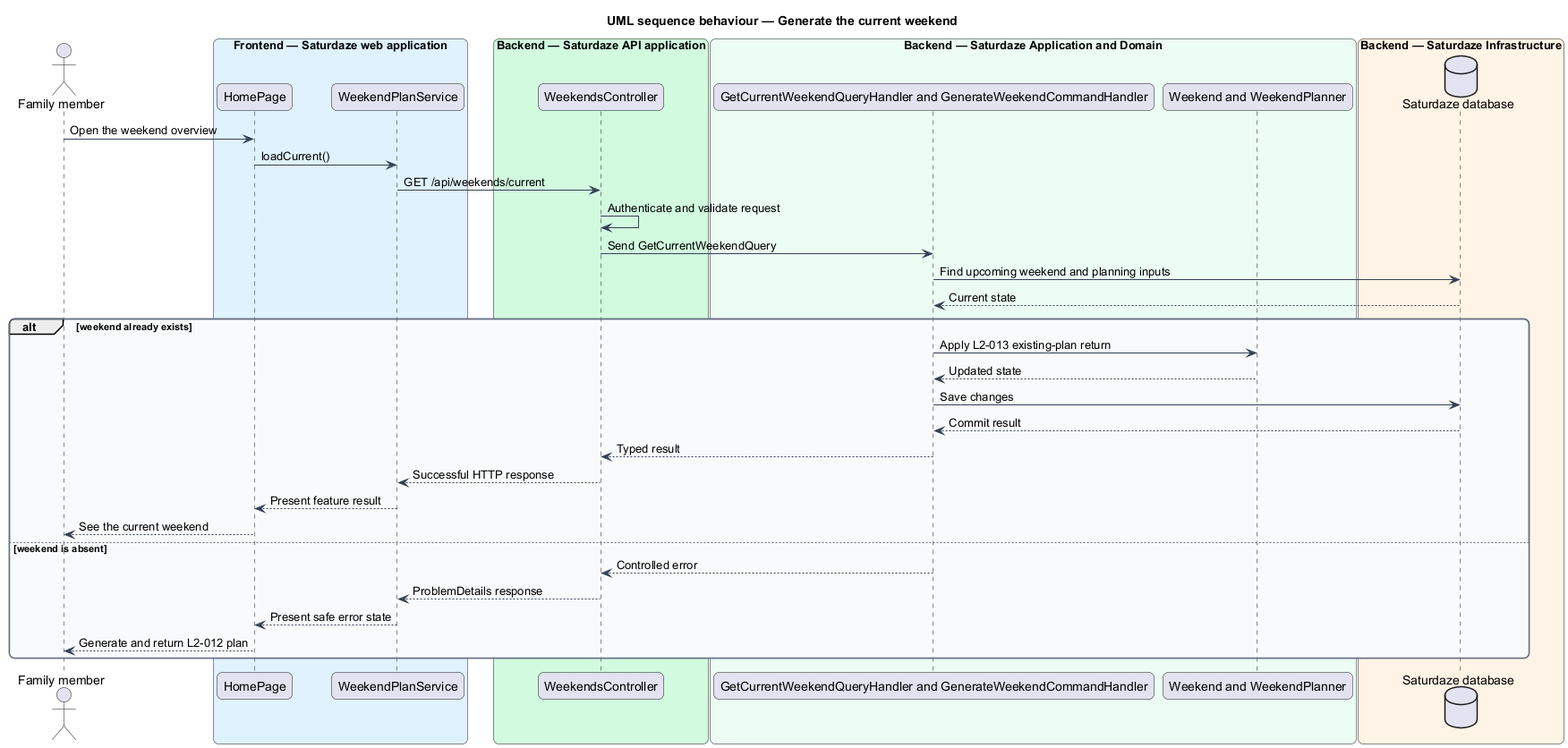
The PlantUML diagram docs/detailed-designs/weekend-planning/generate-current-weekend/diagrams/sequence-generate.png in QuinntyneBrown/saturdaze, before a commit. Source of this version:
```plantuml
@startuml
title UML sequence behaviour — Generate the current weekend
skinparam backgroundColor #FFFFFF
skinparam shadowing false
skinparam roundcorner 12
skinparam defaultFontName Arial
skinparam ArrowColor #344054
skinparam rectangle {
  BorderColor #344054
  FontColor #101828
}
skinparam package {
  BorderColor #667085
  FontColor #101828
  BackgroundColor #F9FAFB
}
actor "Family member" as actor
box "Frontend — Saturdaze web application" #E0F2FE
  participant "HomePage" as page
  participant "WeekendPlanService" as client
end box
box "Backend — Saturdaze API application" #D1FADF
  participant "WeekendsController" as controller
end box
box "Backend — Saturdaze Application and Domain" #ECFDF3
  participant "GetCurrentWeekendQueryHandler and GenerateWeekendCommandHandler" as handler
  participant "Weekend and WeekendPlanner" as entity
end box
box "Backend — Saturdaze Infrastructure" #FFF4E5
  database "Saturdaze database" as db
end box
actor -> page : Open the weekend overview
page -> client : loadCurrent()
client -> controller : GET /api/weekends/current
controller -> controller : Authenticate and validate request
controller -> handler : Send GetCurrentWeekendQuery
handler -> db : Find upcoming weekend and planning inputs
db --> handler : Current state
alt weekend already exists
  handler -> entity : Apply L2-013 existing-plan return
  entity --> handler : Updated state
  handler -> db : Save changes
  db --> handler : Commit result
  handler --> controller : Typed result
  controller --> client : Successful HTTP response
  client --> page : Present feature result
  page --> actor : See the current weekend
else weekend is absent
  handler --> controller : Controlled error
  controller --> client : ProblemDetails response
  client --> page : Present safe error state
  page --> actor : Generate and return L2-012 plan
end
@enduml
```
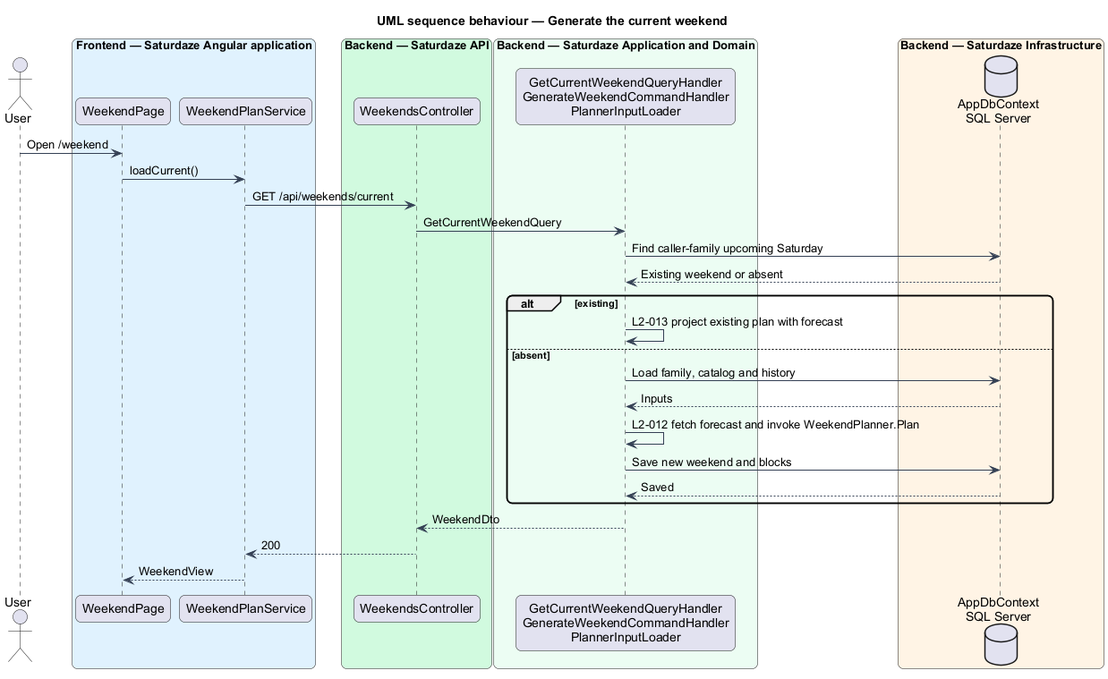
Later version of the same file.

What changed in the source:
```diff
@@ -5,50 +5,36 @@
 skinparam roundcorner 12
 skinparam defaultFontName Arial
 skinparam ArrowColor #344054
-skinparam rectangle {
-  BorderColor #344054
-  FontColor #101828
-}
-skinparam package {
-  BorderColor #667085
-  FontColor #101828
-  BackgroundColor #F9FAFB
-}
-actor "Family member" as actor
-box "Frontend — Saturdaze web application" #E0F2FE
-  participant "HomePage" as page
-  participant "WeekendPlanService" as client
+actor "User" as actor
+box "Frontend — Saturdaze Angular application" #E0F2FE
+ participant "WeekendPage" as page
+ participant "WeekendPlanService" as client
 end box
-box "Backend — Saturdaze API application" #D1FADF
-  participant "WeekendsController" as controller
+box "Backend — Saturdaze API" #D1FADF
+ participant "WeekendsController" as controller
 end box
 box "Backend — Saturdaze Application and Domain" #ECFDF3
-  participant "GetCurrentWeekendQueryHandler and GenerateWeekendCommandHandler" as handler
-  participant "Weekend and WeekendPlanner" as entity
+ participant "GetCurrentWeekendQueryHandler\nGenerateWeekendCommandHandler\nPlannerInputLoader" as handler
 end box
 box "Backend — Saturdaze Infrastructure" #FFF4E5
-  database "Saturdaze database" as db
+ database "AppDbContext\nSQL Server" as db
 end box
-actor -> page : Open the weekend overview
+actor -> page : Open /weekend
 page -> client : loadCurrent()
 client -> controller : GET /api/weekends/current
-controller -> controller : Authenticate and validate request
-controller -> handler : Send GetCurrentWeekendQuery
-handler -> db : Find upcoming weekend and planning inputs
-db --> handler : Current state
-alt weekend already exists
-  handler -> entity : Apply L2-013 existing-plan return
-  entity --> handler : Updated state
-  handler -> db : Save changes
-  db --> handler : Commit result
-  handler --> controller : Typed result
-  controller --> client : Successful HTTP response
-  client --> page : Present feature result
-  page --> actor : See the current weekend
-else weekend is absent
-  handler --> controller : Controlled error
-  controller --> client : ProblemDetails response
-  client --> page : Present safe error state
-  page --> actor : Generate and return L2-012 plan
+controller -> handler : GetCurrentWeekendQuery
+handler -> db : Find caller-family upcoming Saturday
+db --> handler : Existing weekend or absent
+alt existing
+handler -> handler : L2-013 project existing plan with forecast
+else absent
+handler -> db : Load family, catalog and history
+db --> handler : Inputs
+handler -> handler : L2-012 fetch forecast and invoke WeekendPlanner.Plan
+handler -> db : Save new weekend and blocks
+db --> handler : Saved
 end
+handler --> controller : WeekendDto
+controller --> client : 200
+client --> page : WeekendView
 @enduml
```
